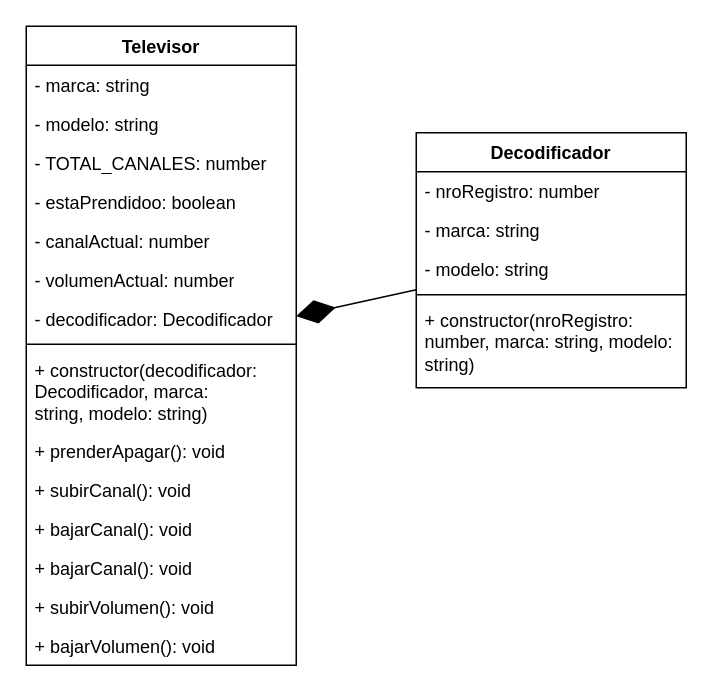
This is modulo3/semana_2/3.2.2/1_ejercicios_clase/4_televisor_decodificador/televisor_decodificador.drawio from mariela21180/concesionaria, a draw.io file, before an edit. Source tidied: cells renumbered, new cells numbered last; positions are measured from the earlier drawing's top-left corner, leaving out a move shared by most shapes. Both pictures are drawn from the tidied source at 150%, with x=0, y=0 at pixel (26, 26).
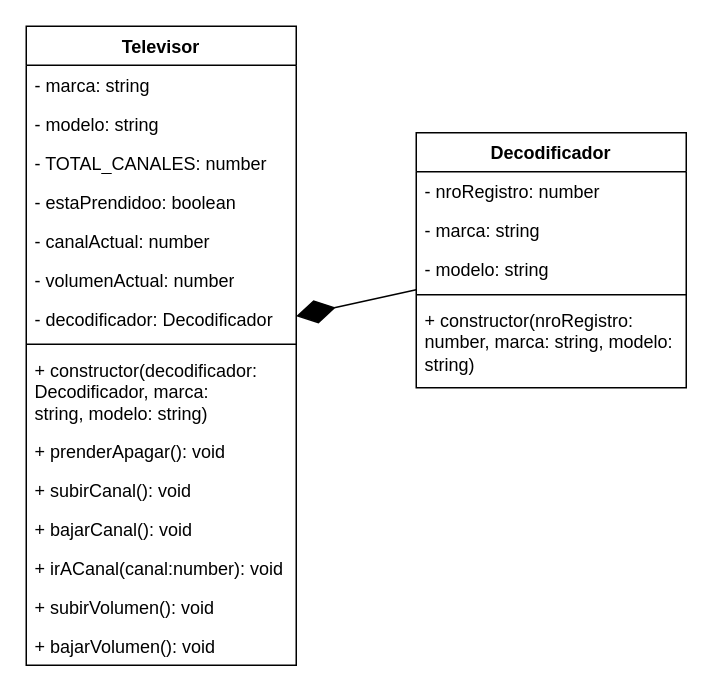
The same page after the edit.

Commit message (it also covers changes not shown here):
3.2.2 - Ejercicio en clase 3 - Televisor/Decodificador

Unchanged cells that the change refers to:
```xml
<mxCell id="2" value="Televisor" style="swimlane;fontStyle=1;align=center;verticalAlign=top;horizontal=1;startSize=26;whiteSpace=wrap;" parent="1" vertex="1">
  <mxGeometry width="180" height="426" as="geometry" />
</mxCell>
```

Diff of the diagram source:
```diff
@@
-    <mxCell id="15" value="+ bajarCanal(): void" style="text;strokeColor=none;fillColor=none;align=left;verticalAlign=top;spacingLeft=4;spacingRight=4;overflow=hidden;whiteSpace=wrap;" parent="2" vertex="1">
+    <mxCell id="15" value="+ irACanal(canal:number): void" style="text;strokeColor=none;fillColor=none;align=left;verticalAlign=top;spacingLeft=4;spacingRight=4;overflow=hidden;whiteSpace=wrap;" parent="2" vertex="1">
       <mxGeometry y="348" width="180" height="26" as="geometry" />
     </mxCell>
```
